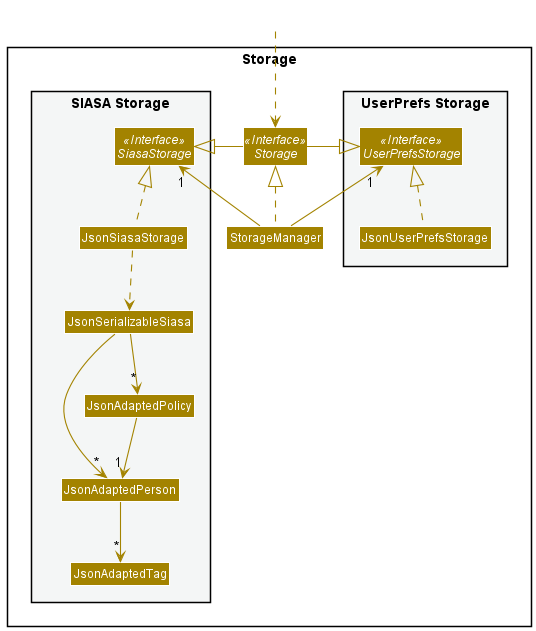
nus-cs2103-AY2122S1/tp keeps this PlantUML diagram as docs/images/StorageClassDiagram.png. Above is the earlier version. Its source is kept beside it as docs/diagrams/StorageClassDiagram.puml.
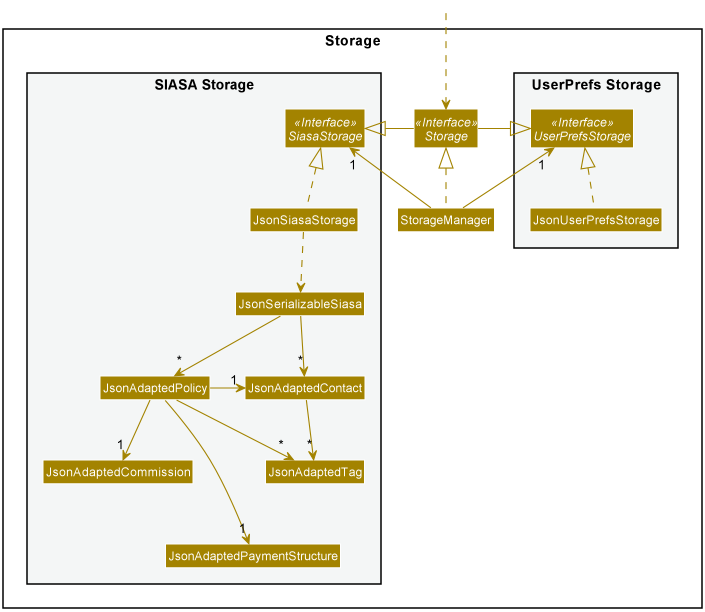
After the commit.

Commit message:
Update storage section in higher level architecture for DG

What changed in the source:
```diff
@@ -18,7 +18,7 @@
 Interface SiasaStorage <<Interface>>
 Class JsonSiasaStorage
 Class JsonSerializableSiasa
-Class JsonAdaptedPerson
+Class JsonAdaptedContact
 Class JsonAdaptedPolicy
 Class JsonAdaptedTag
 Class JsonAdaptedCommission
@@ -40,14 +40,14 @@
 JsonUserPrefsStorage .up.|> UserPrefsStorage
 JsonSiasaStorage .up.|> SiasaStorage
 JsonSiasaStorage ..> JsonSerializableSiasa
-JsonSerializableSiasa --> "*" JsonAdaptedPerson
+JsonSerializableSiasa --> "*" JsonAdaptedContact
 JsonSerializableSiasa --> "*" JsonAdaptedPolicy
-JsonAdaptedPolicy -right-> "1" JsonAdaptedPerson
+JsonAdaptedPolicy -right-> "1" JsonAdaptedContact
 JsonAdaptedPolicy --> "1" JsonAdaptedCommission
 JsonAdaptedPolicy --> "1" JsonAdaptedPaymentStructure
 JsonAdaptedTag -[hidden]down-> JsonAdaptedPaymentStructure
 
-JsonAdaptedPerson --> "*" JsonAdaptedTag
+JsonAdaptedContact --> "*" JsonAdaptedTag
 JsonAdaptedPolicy --> "*" JsonAdaptedTag
 
 
```
